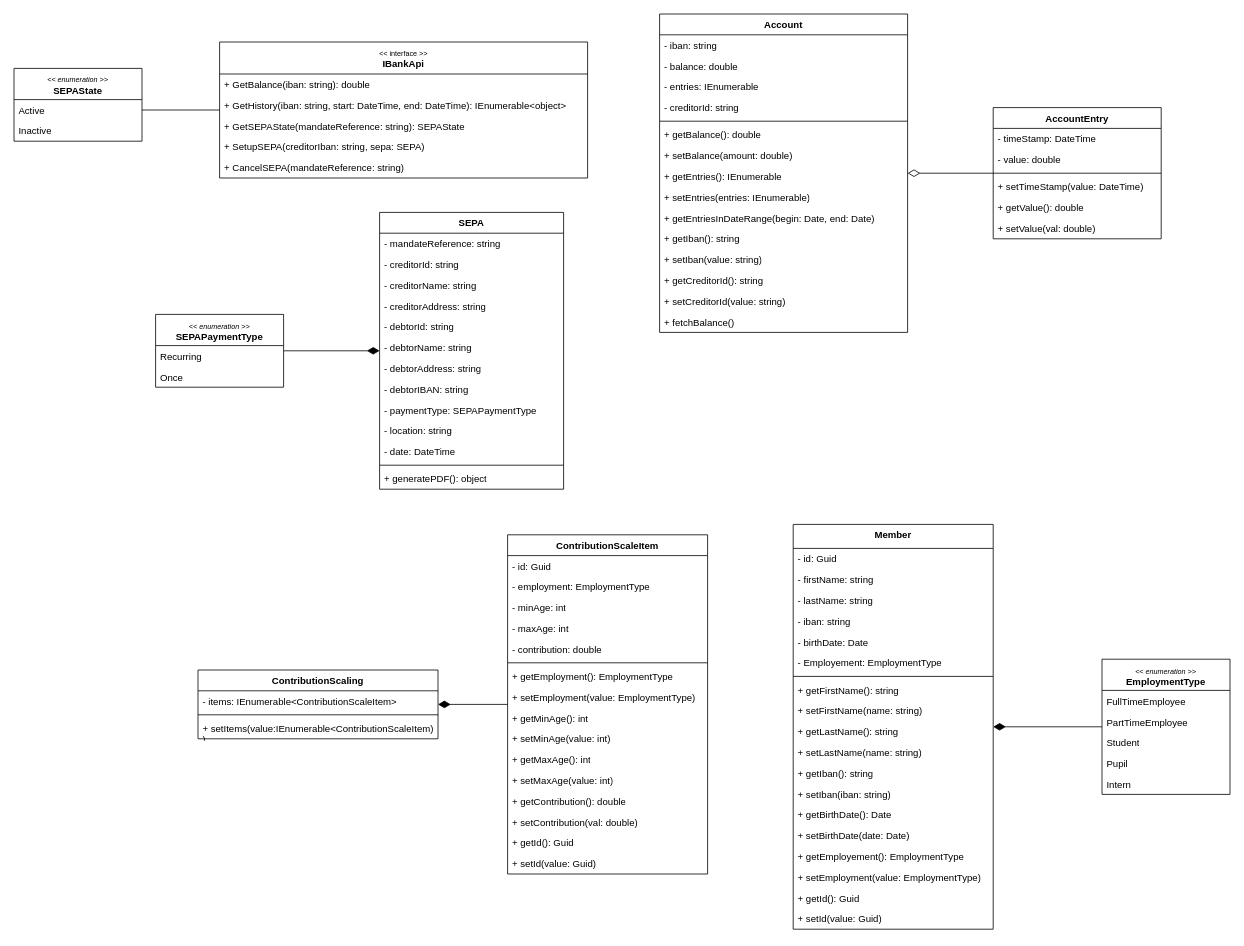
Above: docs/klassendiagramm_unfinished.drawio in KonstantinPrinz/Vereinsverwaltung (draw.io), before the change. Source tidied: cells renumbered, new cells numbered last; positions are measured from the earlier drawing's top-left corner, leaving out a move shared by most shapes. Both pictures are drawn from the tidied source at 80%, with x=0, y=0 at pixel (14, 14).
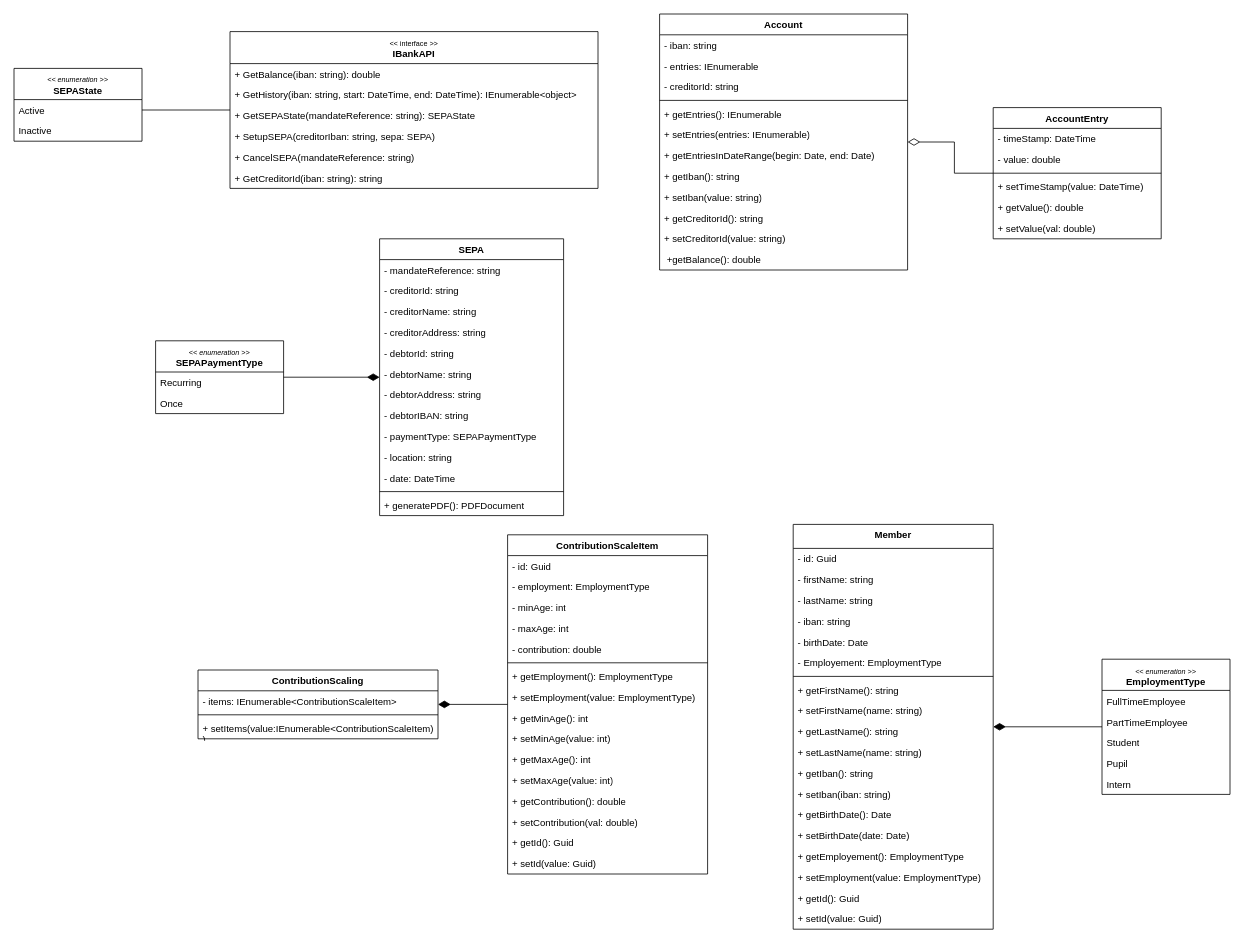
The same page after the edit.

Commit message:
Class diagram tunes

Diff of the diagram source:
```diff
@@
     <mxCell id="22" value="Account" style="swimlane;fontStyle=1;align=center;verticalAlign=top;horizontal=1;startSize=26;whiteSpace=wrap;html=1;" parent="1" vertex="1">
-      <mxGeometry x="807" width="310" height="398" as="geometry" />
+      <mxGeometry x="807" width="310" height="320" as="geometry" />
     </mxCell>
@@
-    <mxCell id="24" value="- balance: double" style="text;strokeColor=none;fillColor=none;align=left;verticalAlign=top;spacingLeft=4;spacingRight=4;overflow=hidden;whiteSpace=wrap;html=1;" parent="22" vertex="1">
-      <mxGeometry y="52" width="310" height="26" as="geometry" />
-    </mxCell>
     <mxCell id="25" value="- entries: IEnumerable" style="text;strokeColor=none;fillColor=none;align=left;verticalAlign=top;spacingLeft=4;spacingRight=4;overflow=hidden;whiteSpace=wrap;html=1;" parent="22" vertex="1">
-      <mxGeometry y="78" width="310" height="26" as="geometry" />
+      <mxGeometry y="52" width="310" height="26" as="geometry" />
     </mxCell>
     <mxCell id="26" value="- creditorId: string" style="text;strokeColor=none;fillColor=none;align=left;verticalAlign=top;spacingLeft=4;spacingRight=4;overflow=hidden;whiteSpace=wrap;html=1;" parent="22" vertex="1">
-      <mxGeometry y="104" width="310" height="26" as="geometry" />
+      <mxGeometry y="78" width="310" height="26" as="geometry" />
     </mxCell>
     <mxCell id="27" style="line;strokeWidth=1;fillColor=none;align=left;verticalAlign=middle;spacingTop=-1;spacingLeft=3;spacingRight=3;labelPosition=right;strokeColor=inherit;" parent="22" vertex="1">
-      <mxGeometry y="130" width="310" height="8" as="geometry" />
+      <mxGeometry y="104" width="310" height="8" as="geometry" />
     </mxCell>
-    <mxCell id="28" value="+ getBalance(): double" style="text;strokeColor=none;fillColor=none;align=left;verticalAlign=top;spacingLeft=4;spacingRight=4;overflow=hidden;whiteSpace=wrap;html=1;" parent="22" vertex="1">
-      <mxGeometry y="138" width="310" height="26" as="geometry" />
-    </mxCell>
-    <mxCell id="29" value="+ setBalance(amount: double)" style="text;strokeColor=none;fillColor=none;align=left;verticalAlign=top;spacingLeft=4;spacingRight=4;overflow=hidden;whiteSpace=wrap;html=1;" parent="22" vertex="1">
-      <mxGeometry y="164" width="310" height="26" as="geometry" />
-    </mxCell>
     <mxCell id="30" value="+ getEntries(): IEnumerable" style="text;strokeColor=none;fillColor=none;align=left;verticalAlign=top;spacingLeft=4;spacingRight=4;overflow=hidden;whiteSpace=wrap;html=1;" parent="22" vertex="1">
-      <mxGeometry y="190" width="310" height="26" as="geometry" />
+      <mxGeometry y="112" width="310" height="26" as="geometry" />
     </mxCell>
     <mxCell id="31" value="+ setEntries(entries: IEnumerable)" style="text;strokeColor=none;fillColor=none;align=left;verticalAlign=top;spacingLeft=4;spacingRight=4;overflow=hidden;whiteSpace=wrap;html=1;" parent="22" vertex="1">
-      <mxGeometry y="216" width="310" height="26" as="geometry" />
+      <mxGeometry y="138" width="310" height="26" as="geometry" />
     </mxCell>
     <mxCell id="32" value="+ getEntriesInDateRange(begin: Date, end: Date)" style="text;strokeColor=none;fillColor=none;align=left;verticalAlign=top;spacingLeft=4;spacingRight=4;overflow=hidden;whiteSpace=wrap;html=1;" parent="22" vertex="1">
-      <mxGeometry y="242" width="310" height="26" as="geometry" />
+      <mxGeometry y="164" width="310" height="26" as="geometry" />
     </mxCell>
     <mxCell id="33" value="+ getIban(): string" style="text;strokeColor=none;fillColor=none;align=left;verticalAlign=top;spacingLeft=4;spacingRight=4;overflow=hidden;whiteSpace=wrap;html=1;" parent="22" vertex="1">
-      <mxGeometry y="268" width="310" height="26" as="geometry" />
+      <mxGeometry y="190" width="310" height="26" as="geometry" />
     </mxCell>
     <mxCell id="34" value="+ setIban(value: string)" style="text;strokeColor=none;fillColor=none;align=left;verticalAlign=top;spacingLeft=4;spacingRight=4;overflow=hidden;whiteSpace=wrap;html=1;" parent="22" vertex="1">
-      <mxGeometry y="294" width="310" height="26" as="geometry" />
+      <mxGeometry y="216" width="310" height="26" as="geometry" />
     </mxCell>
     <mxCell id="35" value="+ getCreditorId(): string" style="text;strokeColor=none;fillColor=none;align=left;verticalAlign=top;spacingLeft=4;spacingRight=4;overflow=hidden;whiteSpace=wrap;html=1;" parent="22" vertex="1">
-      <mxGeometry y="320" width="310" height="26" as="geometry" />
+      <mxGeometry y="242" width="310" height="26" as="geometry" />
     </mxCell>
     <mxCell id="36" value="+ setCreditorId(value: string)" style="text;strokeColor=none;fillColor=none;align=left;verticalAlign=top;spacingLeft=4;spacingRight=4;overflow=hidden;whiteSpace=wrap;html=1;" parent="22" vertex="1">
-      <mxGeometry y="346" width="310" height="26" as="geometry" />
+      <mxGeometry y="268" width="310" height="26" as="geometry" />
     </mxCell>
-    <mxCell id="37" value="+ fetchBalance()" style="text;strokeColor=none;fillColor=none;align=left;verticalAlign=top;spacingLeft=4;spacingRight=4;overflow=hidden;whiteSpace=wrap;html=1;" parent="22" vertex="1">
-      <mxGeometry y="372" width="310" height="26" as="geometry" />
+    <mxCell id="37" value="&amp;nbsp;+getBalance(): double" style="text;strokeColor=none;fillColor=none;align=left;verticalAlign=top;spacingLeft=4;spacingRight=4;overflow=hidden;whiteSpace=wrap;html=1;" parent="22" vertex="1">
+      <mxGeometry y="294" width="310" height="26" as="geometry" />
     </mxCell>
@@
-    <mxCell id="75" value="&lt;i style=&quot;border-color: var(--border-color); font-size: 9px; font-weight: 400;&quot;&gt;&amp;lt;&amp;lt; &lt;/i&gt;&lt;span style=&quot;border-color: var(--border-color); font-size: 9px; font-weight: 400;&quot;&gt;interface &lt;/span&gt;&lt;i style=&quot;border-color: var(--border-color); font-size: 9px; font-weight: 400;&quot;&gt;&amp;gt;&amp;gt;&lt;/i&gt;&lt;br style=&quot;border-color: var(--border-color);&quot;&gt;IBankApi" style="swimlane;fontStyle=1;align=center;verticalAlign=top;horizontal=1;startSize=40;whiteSpace=wrap;html=1;" parent="1" vertex="1">
-      <mxGeometry x="257" y="35" width="460" height="170" as="geometry" />
+    <mxCell id="75" value="&lt;i style=&quot;border-color: var(--border-color); font-size: 9px; font-weight: 400;&quot;&gt;&amp;lt;&amp;lt; &lt;/i&gt;&lt;span style=&quot;border-color: var(--border-color); font-size: 9px; font-weight: 400;&quot;&gt;interface &lt;/span&gt;&lt;i style=&quot;border-color: var(--border-color); font-size: 9px; font-weight: 400;&quot;&gt;&amp;gt;&amp;gt;&lt;/i&gt;&lt;br style=&quot;border-color: var(--border-color);&quot;&gt;IBankAPI" style="swimlane;fontStyle=1;align=center;verticalAlign=top;horizontal=1;startSize=40;whiteSpace=wrap;html=1;" parent="1" vertex="1">
+      <mxGeometry x="270" y="22" width="460" height="196" as="geometry" />
     </mxCell>
@@
+    <mxCell id="103" value="+ GetCreditorId(iban: string): string" style="text;strokeColor=none;fillColor=none;align=left;verticalAlign=top;spacingLeft=4;spacingRight=4;overflow=hidden;whiteSpace=wrap;html=1;" parent="75" vertex="1">
+      <mxGeometry y="170" width="460" height="26" as="geometry" />
+    </mxCell>
@@
     <mxCell id="84" value="SEPA" style="swimlane;fontStyle=1;align=center;verticalAlign=top;horizontal=1;startSize=26;whiteSpace=wrap;html=1;" parent="1" vertex="1">
-      <mxGeometry x="457" y="248" width="230" height="346" as="geometry" />
+      <mxGeometry x="457" y="281" width="230" height="346" as="geometry" />
     </mxCell>
@@
-    <mxCell id="97" value="+ generatePDF(): object" style="text;strokeColor=none;fillColor=none;align=left;verticalAlign=top;spacingLeft=4;spacingRight=4;overflow=hidden;whiteSpace=wrap;html=1;" parent="84" vertex="1">
+    <mxCell id="97" value="+ generatePDF(): PDFDocument" style="text;strokeColor=none;fillColor=none;align=left;verticalAlign=top;spacingLeft=4;spacingRight=4;overflow=hidden;whiteSpace=wrap;html=1;" parent="84" vertex="1">
       <mxGeometry y="320" width="230" height="26" as="geometry" />
     </mxCell>
@@
     <mxCell id="100" value="&lt;i style=&quot;border-color: var(--border-color); font-size: 9px; font-weight: 400;&quot;&gt;&amp;lt;&amp;lt; enumeration &amp;gt;&amp;gt;&lt;/i&gt;&lt;br&gt;SEPAPaymentType" style="swimlane;fontStyle=1;align=center;verticalAlign=top;horizontal=1;startSize=39;whiteSpace=wrap;html=1;" parent="1" vertex="1">
-      <mxGeometry x="177" y="375.5" width="160" height="91" as="geometry" />
+      <mxGeometry x="177" y="408.5" width="160" height="91" as="geometry" />
     </mxCell>
```
